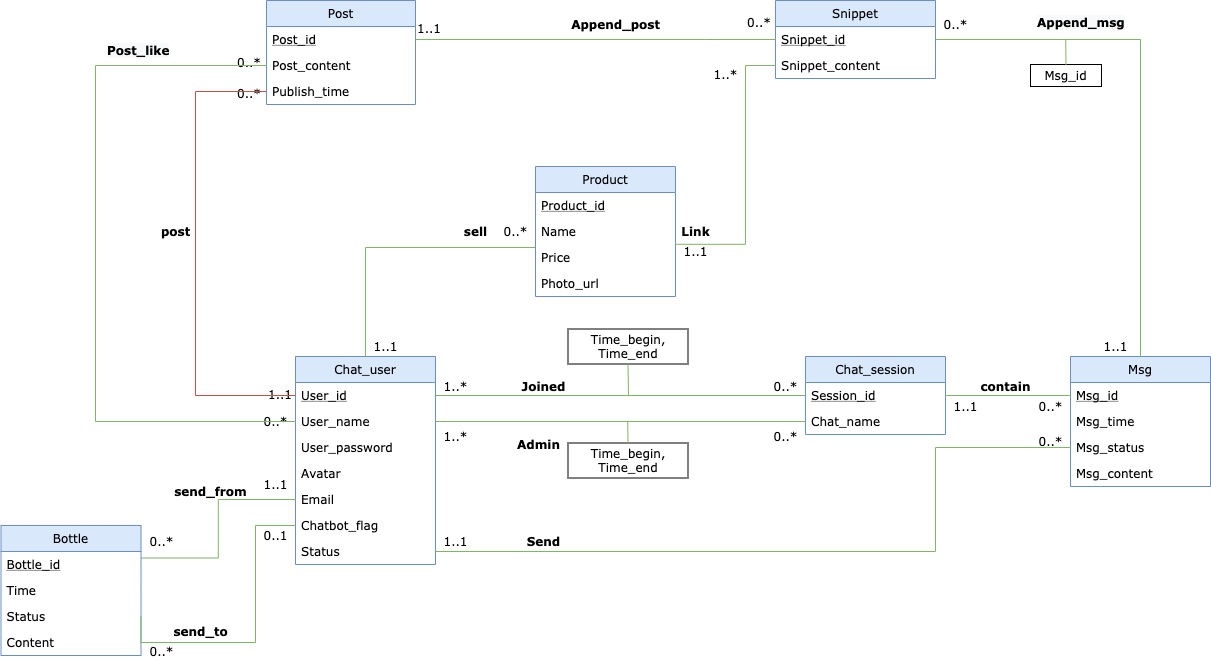
Above: doc/UML.png in BiEchi/WechAt (draw.io), before the change. Source tidied: cells renumbered, new cells last; positions are measured from the earlier drawing's top-left corner, leaving out a move shared by most shapes.
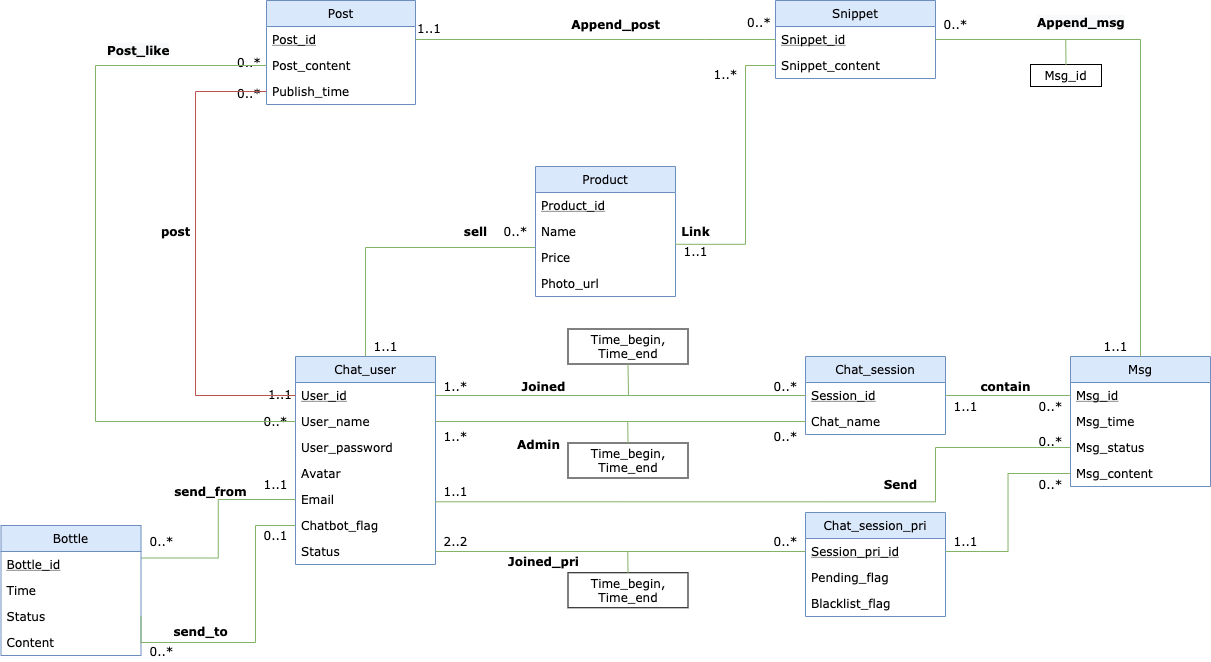
The same diagram one commit later.

The edit, as a diff of the source:
```diff
@@ -255,20 +255,17 @@
         </Array>
       </mxGeometry>
     </mxCell>
-    <mxCell id="78" style="edgeStyle=orthogonalEdgeStyle;rounded=0;jettySize=auto;html=1;exitX=1;exitY=0.5;exitDx=0;exitDy=0;entryX=0;entryY=0.5;entryDx=0;entryDy=0;fillColor=#d5e8d4;strokeColor=#82b366;endArrow=none;endFill=0;" parent="1" edge="1" source="10" target="17">
+    <mxCell id="78" style="edgeStyle=orthogonalEdgeStyle;rounded=0;jettySize=auto;html=1;exitX=-0.003;exitY=1.015;exitDx=0;exitDy=0;entryX=0;entryY=0.5;entryDx=0;entryDy=0;fillColor=#d5e8d4;strokeColor=#82b366;endArrow=none;endFill=0;exitPerimeter=0;fontFamily=Verdana;" parent="1" edge="1" source="80" target="17">
       <mxGeometry relative="1" as="geometry">
         <Array as="points">
-          <mxPoint x="934" y="551" />
+          <mxPoint x="934" y="501" />
           <mxPoint x="934" y="447" />
         </Array>
       </mxGeometry>
     </mxCell>
     <mxCell id="79" value="Send" style="text;html=1;align=center;verticalAlign=middle;fontFamily=Verdana;fontStyle=1;" parent="1" vertex="1">
-      <mxGeometry x="516.5" y="531" width="50" height="20" as="geometry" />
+      <mxGeometry x="874" y="474" width="50" height="20" as="geometry" />
     </mxCell>
-    <mxCell id="80" value="1..1" style="text;html=1;align=center;verticalAlign=middle;points=[];fontFamily=Verdana;" parent="1" vertex="1">
-      <mxGeometry x="434" y="531" width="40" height="20" as="geometry" />
-    </mxCell>
     <mxCell id="81" value="0..*" style="text;html=1;align=center;verticalAlign=middle;fontFamily=Verdana;" parent="1" vertex="1">
       <mxGeometry x="1029" y="431" width="40" height="20" as="geometry" />
     </mxCell>
@@ -308,5 +305,49 @@
         <mxPoint x="1064.2" y="39" as="targetPoint" />
       </mxGeometry>
     </mxCell>
+    <mxCell id="89" value="Chat_session_pri" style="swimlane;fontStyle=0;horizontal=1;startSize=26;fillColor=#dae8fc;fontFamily=Verdana;strokeColor=#6c8ebf;" parent="1" vertex="1">
+      <mxGeometry x="804" y="512" width="140" height="104" as="geometry" />
+    </mxCell>
+    <mxCell id="90" value="Session_pri_id" style="text;strokeColor=none;fillColor=none;align=left;verticalAlign=top;spacingLeft=4;spacingRight=4;overflow=hidden;points=[[0,0.5],[1,0.5]];portConstraint=eastwest;fontStyle=4;fontFamily=Verdana;" parent="89" vertex="1">
+      <mxGeometry y="26" width="140" height="26" as="geometry" />
+    </mxCell>
+    <mxCell id="91" value="Pending_flag" style="text;strokeColor=none;fillColor=none;align=left;verticalAlign=top;spacingLeft=4;spacingRight=4;overflow=hidden;fontFamily=Verdana;" parent="89" vertex="1">
+      <mxGeometry y="52" width="140" height="26" as="geometry" />
+    </mxCell>
+    <mxCell id="92" value="Blacklist_flag" style="text;strokeColor=none;fillColor=none;align=left;verticalAlign=top;spacingLeft=4;spacingRight=4;overflow=hidden;fontFamily=Verdana;" parent="89" vertex="1">
+      <mxGeometry y="78" width="140" height="26" as="geometry" />
+    </mxCell>
+    <mxCell id="80" value="1..1" style="text;html=1;align=center;verticalAlign=middle;points=[];fontFamily=Verdana;" parent="1" vertex="1">
+      <mxGeometry x="434" y="481" width="40" height="20" as="geometry" />
+    </mxCell>
+    <mxCell id="93" style="edgeStyle=orthogonalEdgeStyle;rounded=0;jettySize=auto;html=1;exitX=1;exitY=0.5;exitDx=0;exitDy=0;entryX=0;entryY=0.5;entryDx=0;entryDy=0;fillColor=#d5e8d4;strokeColor=#82b366;endArrow=none;endFill=0;fontFamily=Verdana;" parent="1" edge="1" source="10" target="90">
+      <mxGeometry relative="1" as="geometry" />
+    </mxCell>
+    <mxCell id="94" value="Joined_pri" style="text;html=1;align=center;verticalAlign=middle;fontFamily=Verdana;fontStyle=1;" parent="1" vertex="1">
+      <mxGeometry x="496.5" y="551" width="90" height="20" as="geometry" />
+    </mxCell>
+    <mxCell id="95" value="Time_begin, Time_end" style="rounded=0;whiteSpace=wrap;html=1;fontFamily=Verdana;" parent="1" vertex="1">
+      <mxGeometry x="566.5" y="572.2" width="120" height="35" as="geometry" />
+    </mxCell>
+    <mxCell id="96" style="endArrow=none;html=1;fontFamily=Verdana;fillColor=#d5e8d4;strokeColor=#82b366;entryX=0.5;entryY=1;entryDx=0;entryDy=0;exitX=0.5;exitY=0;exitDx=0;exitDy=0;" parent="1" edge="1" source="95">
+      <mxGeometry relative="1" as="geometry">
+        <mxPoint x="626.2" y="551" as="targetPoint" />
+      </mxGeometry>
+    </mxCell>
+    <mxCell id="97" style="edgeStyle=orthogonalEdgeStyle;rounded=0;jettySize=auto;html=1;exitX=1;exitY=0.5;exitDx=0;exitDy=0;entryX=0;entryY=0.5;entryDx=0;entryDy=0;endArrow=none;endFill=0;fillColor=#d5e8d4;strokeColor=#82b366;fontFamily=Verdana;" parent="1" edge="1" source="90" target="18">
+      <mxGeometry relative="1" as="geometry" />
+    </mxCell>
+    <mxCell id="98" value="2..2" style="text;html=1;align=center;verticalAlign=middle;fontFamily=Verdana;" parent="1" vertex="1">
+      <mxGeometry x="434" y="531" width="40" height="20" as="geometry" />
+    </mxCell>
+    <mxCell id="99" value="0..*" style="text;html=1;align=center;verticalAlign=middle;fontFamily=Verdana;" parent="1" vertex="1">
+      <mxGeometry x="764" y="531" width="40" height="20" as="geometry" />
+    </mxCell>
+    <mxCell id="100" value="1..1" style="text;html=1;align=center;verticalAlign=middle;fontFamily=Verdana;" parent="1" vertex="1">
+      <mxGeometry x="944" y="531" width="40" height="20" as="geometry" />
+    </mxCell>
+    <mxCell id="101" value="0..*" style="text;html=1;align=center;verticalAlign=middle;fontFamily=Verdana;" parent="1" vertex="1">
+      <mxGeometry x="1029" y="474" width="40" height="20" as="geometry" />
+    </mxCell>
   </root>
 </mxGraphModel>
```
